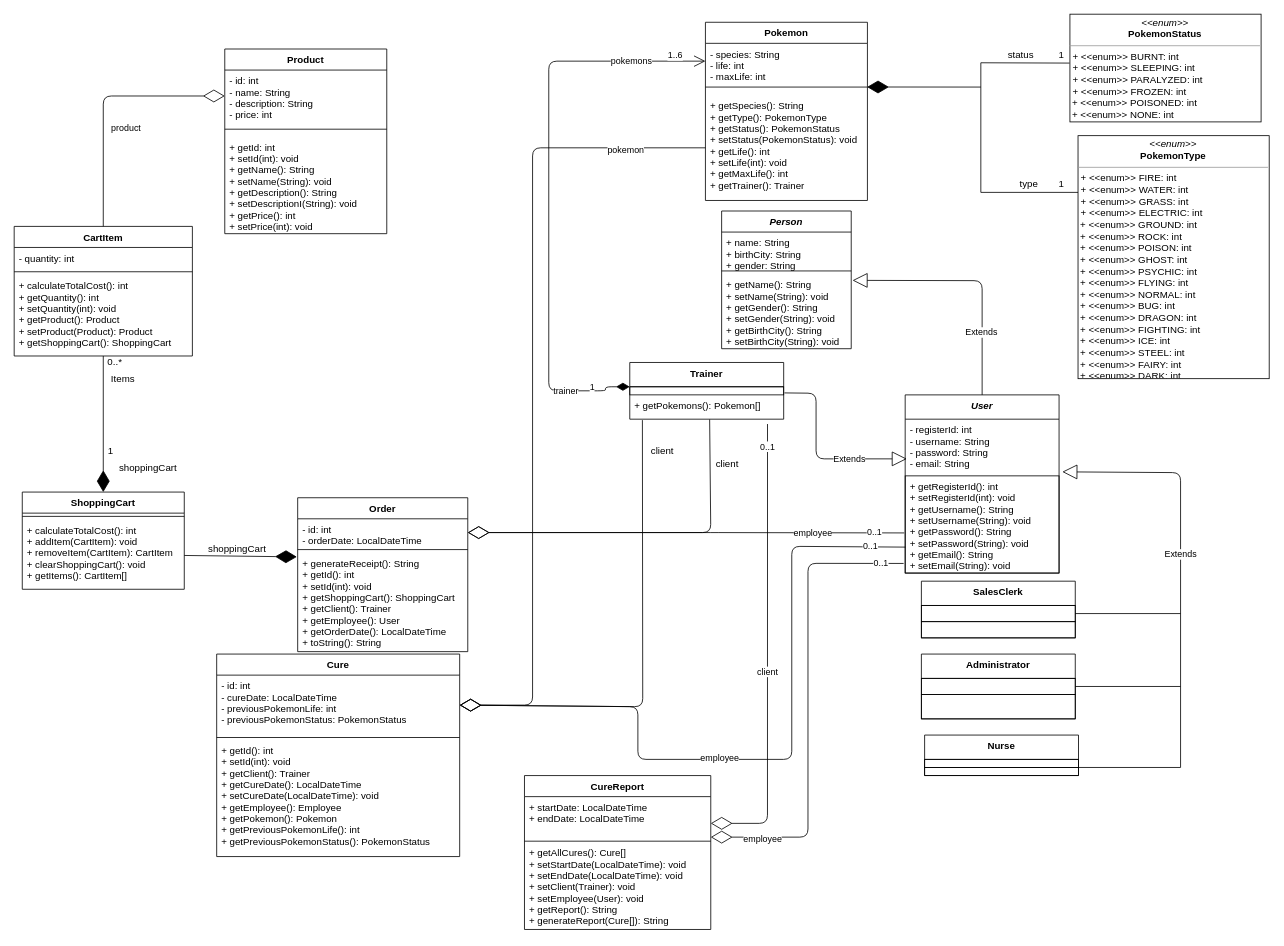
HenriqueSabino/Ip2Project keeps this draw.io diagram as Project Documents/IP2ProjectUML.drawio. Above is the earlier version. Source tidied: cells renumbered, new cells numbered last; positions are measured from the earlier drawing's top-left corner, leaving out a move shared by most shapes. Both pictures are drawn from the tidied source at 81%, with x=0, y=0 at pixel (14, 14).
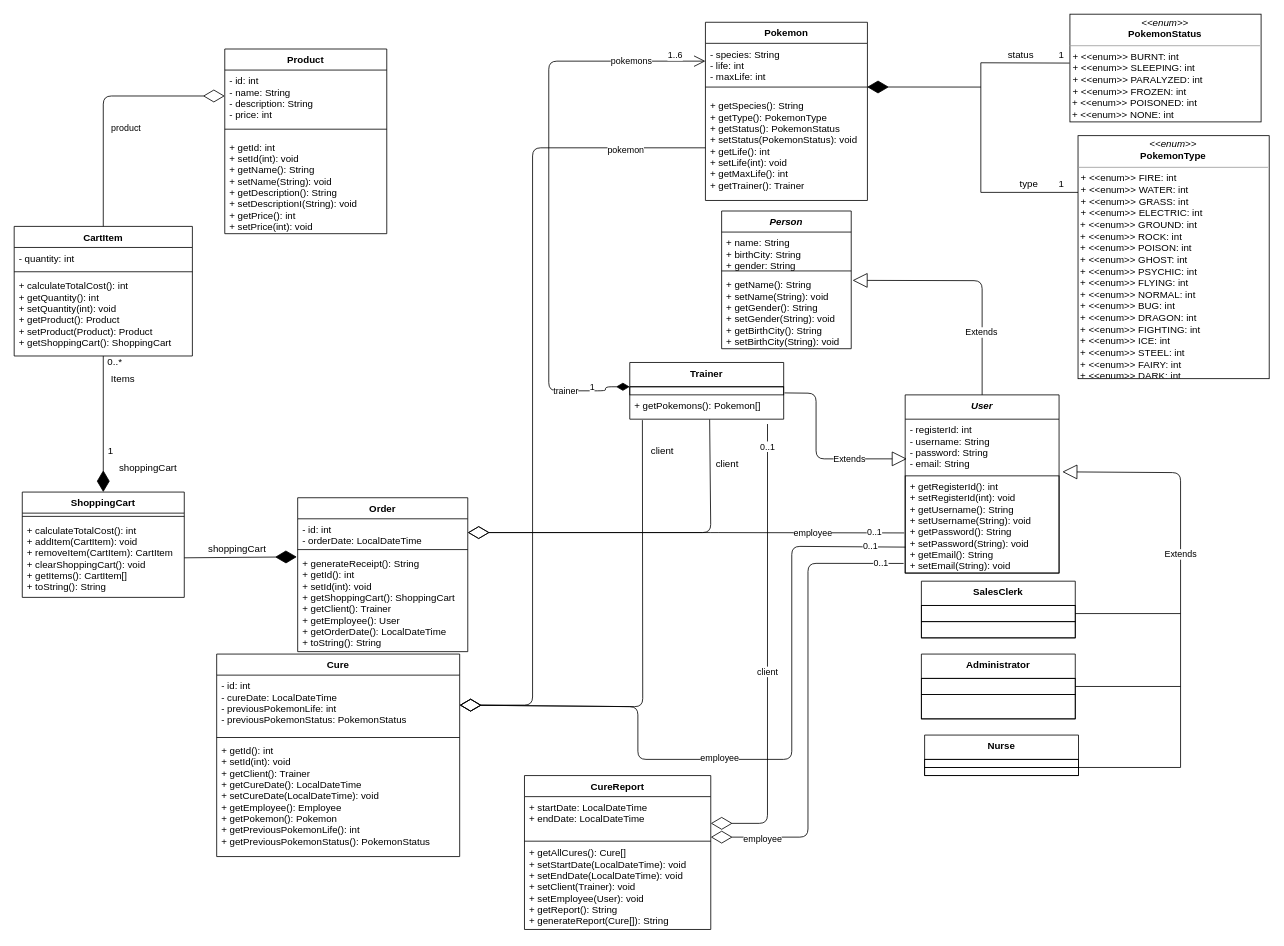
After the change.

Commit message (it also covers changes not shown here):
Yet another update to UML part 2

What changed in the source:
```diff
@@
     <mxCell id="46" value="ShoppingCart" style="swimlane;fontStyle=1;align=center;verticalAlign=top;horizontal=1;startSize=26;strokeColor=#000000;" parent="1" vertex="1">
-      <mxGeometry x="10" y="590" width="200" height="120" as="geometry" />
+      <mxGeometry x="10" y="590" width="200" height="130" as="geometry" />
     </mxCell>
@@
-    <mxCell id="48" value="+ calculateTotalCost(): int&#10;+ addItem(CartItem): void&#10;+ removeItem(CartItem): CartItem&#10;+ clearShoppingCart(): void&#10;+ getItems(): CartItem[]&#10;" style="text;strokeColor=none;fillColor=none;align=left;verticalAlign=top;spacingLeft=4;spacingRight=4;overflow=hidden;points=[[0,0.5],[1,0.5]];portConstraint=eastwest;" parent="46" vertex="1">
-      <mxGeometry y="34" width="200" height="86" as="geometry" />
+    <mxCell id="48" value="+ calculateTotalCost(): int&#10;+ addItem(CartItem): void&#10;+ removeItem(CartItem): CartItem&#10;+ clearShoppingCart(): void&#10;+ getItems(): CartItem[]&#10;+ toString(): String&#10;" style="text;strokeColor=none;fillColor=none;align=left;verticalAlign=top;spacingLeft=4;spacingRight=4;overflow=hidden;points=[[0,0.5],[1,0.5]];portConstraint=eastwest;" parent="46" vertex="1">
+      <mxGeometry y="34" width="200" height="96" as="geometry" />
     </mxCell>
```
